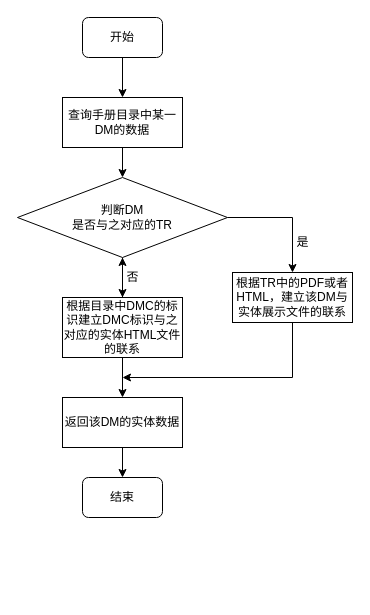
DemonHan/KuickBuy keeps this draw.io diagram as TR资料查看逻辑.drawio. Above is the earlier version. Source tidied: cells renumbered, new cells numbered last; positions are measured from the earlier drawing's top-left corner, leaving out a move shared by most shapes. Both pictures are drawn from the tidied source at 100%, with x=0, y=0 at pixel (17, 17).
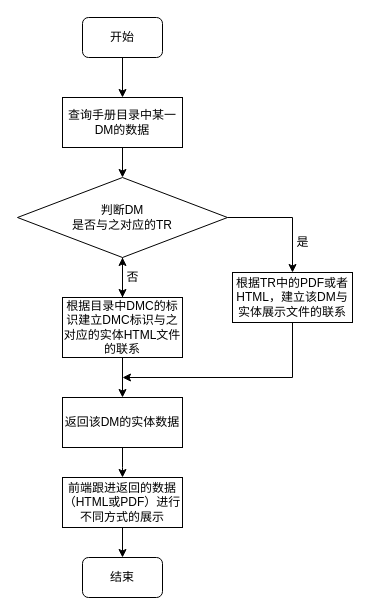
The same diagram, later.

Commit message (it also covers changes not shown here):
更新TR资料查看逻辑.drawio

Unchanged cells that the change refers to:
```xml
<mxCell id="17" value="返回该DM的实体数据" style="rounded=0;whiteSpace=wrap;html=1;" parent="1" vertex="1">
  <mxGeometry x="45" y="380" width="120" height="50" as="geometry" />
</mxCell>
```

The edit, as a diff of the source:
```diff
@@
-    <mxCell id="16" style="edgeStyle=orthogonalEdgeStyle;rounded=0;jettySize=auto;html=1;entryX=0.5;entryY=0;entryDx=0;entryDy=0;" parent="1" edge="1" source="17" target="18">
-      <mxGeometry relative="1" as="geometry" />
+    <mxCell id="16" style="edgeStyle=orthogonalEdgeStyle;rounded=0;jettySize=auto;html=1;entryX=0.5;entryY=0;entryDx=0;entryDy=0;" parent="1" edge="1" source="17">
+      <mxGeometry relative="1" as="geometry">
+        <mxPoint x="105" y="460" as="targetPoint" />
+      </mxGeometry>
     </mxCell>
@@
     <mxCell id="18" value="结束" style="rounded=1;whiteSpace=wrap;html=1;" parent="1" vertex="1">
-      <mxGeometry x="65" y="460" width="80" height="40" as="geometry" />
+      <mxGeometry x="65" y="540" width="80" height="40" as="geometry" />
     </mxCell>
+    <mxCell id="19" style="edgeStyle=orthogonalEdgeStyle;rounded=0;jettySize=auto;html=1;entryX=0.5;entryY=0;entryDx=0;entryDy=0;" parent="1" edge="1" source="20" target="18">
+      <mxGeometry relative="1" as="geometry" />
+    </mxCell>
+    <mxCell id="20" value="前端跟进返回的数据（HTML或PDF）进行不同方式的展示" style="rounded=0;whiteSpace=wrap;html=1;" parent="1" vertex="1">
+      <mxGeometry x="45" y="460" width="120" height="50" as="geometry" />
+    </mxCell>
```
